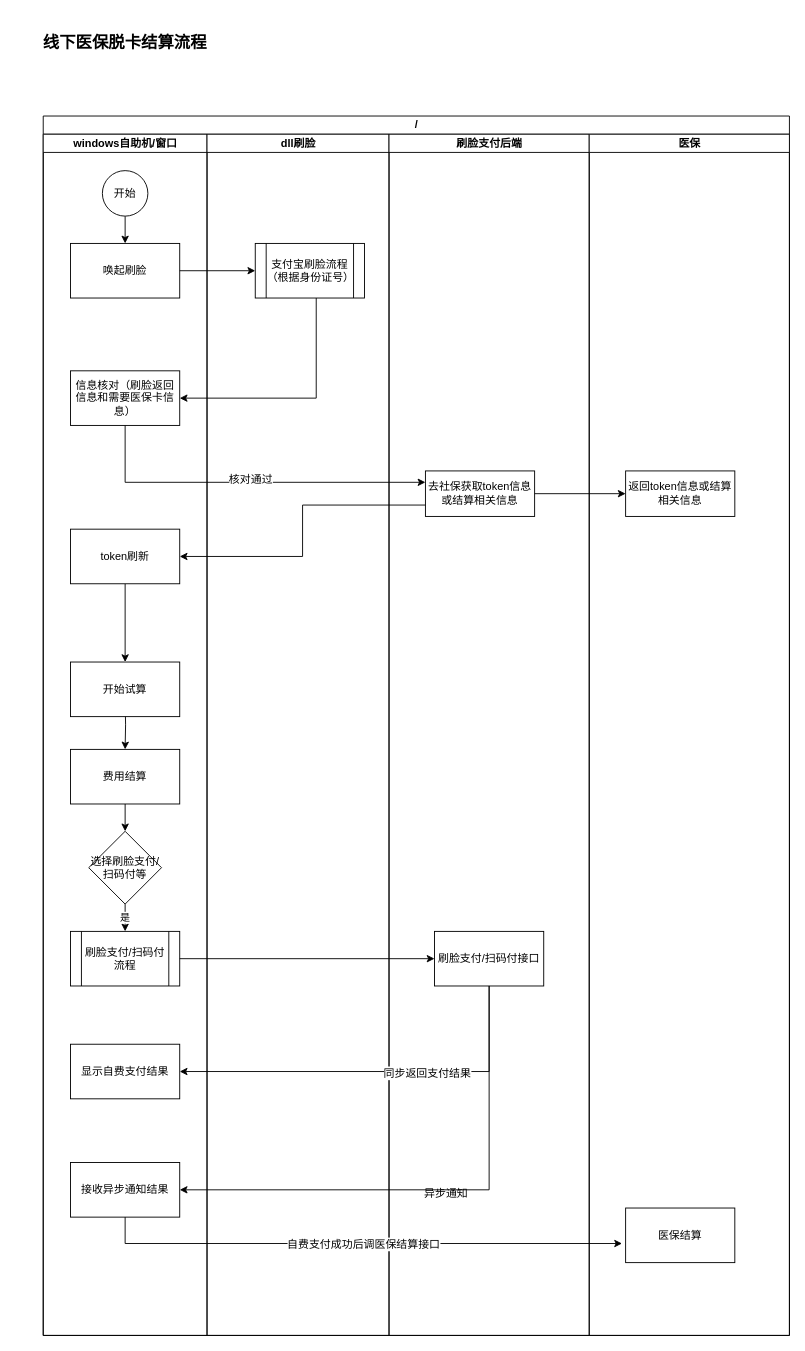
This is 线下医保脱卡结算流程.drawio from zhangwenhuad/visio, a draw.io file, before an edit. Source tidied: cells renumbered, new cells numbered last; positions are measured from the earlier drawing's top-left corner, leaving out a move shared by most shapes. Both pictures are drawn from the tidied source at 91%, with x=0, y=0 at pixel (15, 15).
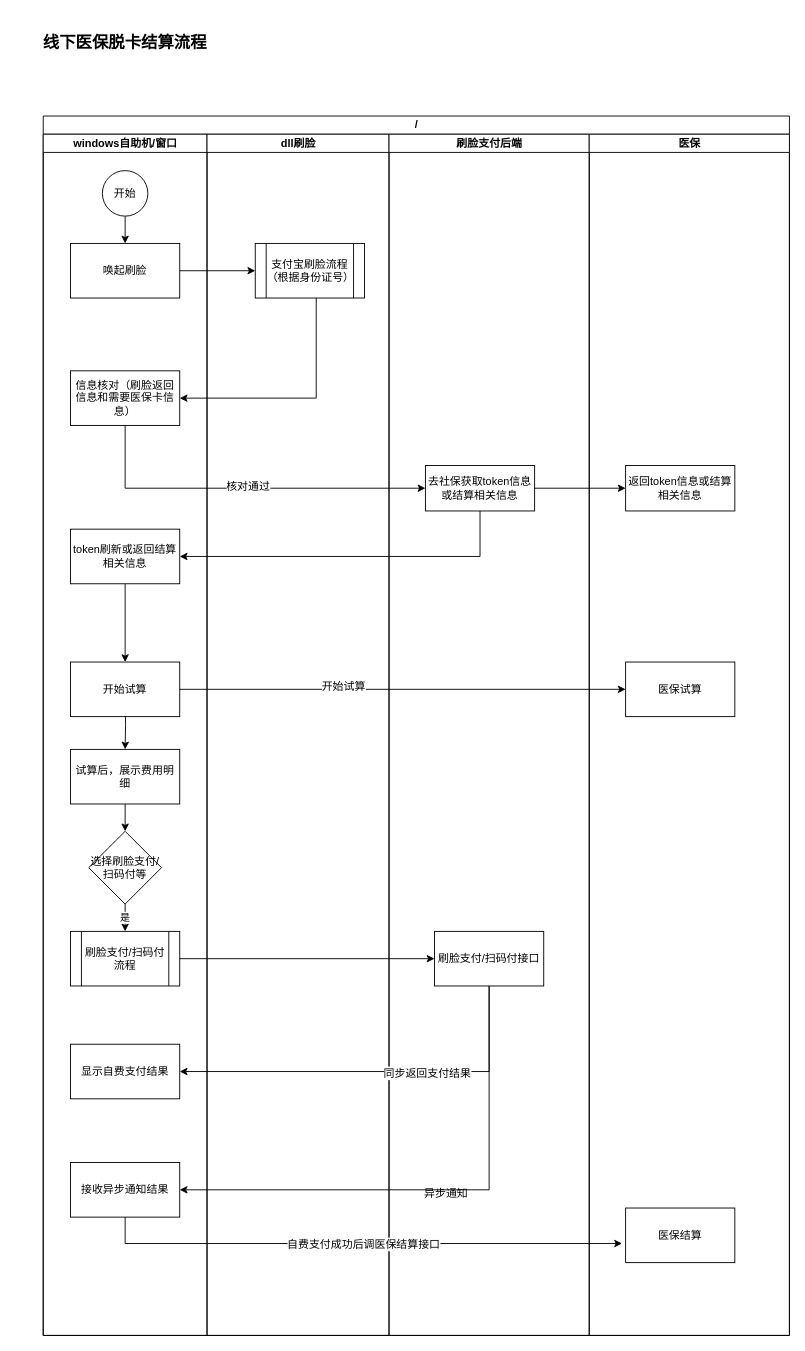
The same page after the edit.

Commit message:
更新线下医保脱卡结算流程.drawio

The change refers to these unchanged cells:
```xml
<mxCell id="3" value="/" style="swimlane;html=1;startSize=20;" parent="1" vertex="1">
  <mxGeometry x="30" y="110" width="820" height="1340" as="geometry" />
</mxCell>
<mxCell id="4" value="windows自助机/窗口" style="swimlane;html=1;startSize=20;" parent="3" vertex="1">
  <mxGeometry y="20" width="180" height="1320" as="geometry" />
</mxCell>
<mxCell id="15" value="开始试算" style="rounded=0;whiteSpace=wrap;html=1;" parent="4" vertex="1">
  <mxGeometry x="30" y="580" width="120" height="60" as="geometry" />
</mxCell>
<mxCell id="17" value="信息核对（刷脸返回信息和需要医保卡信息）" style="rounded=0;whiteSpace=wrap;html=1;" parent="4" vertex="1">
  <mxGeometry x="30" y="260" width="120" height="60" as="geometry" />
</mxCell>
<mxCell id="22" value="刷脸支付后端" style="swimlane;html=1;startSize=20;" parent="3" vertex="1">
  <mxGeometry x="380" y="20" width="220" height="1320" as="geometry" />
</mxCell>
<mxCell id="32" value="医保" style="swimlane;html=1;startSize=20;" parent="3" vertex="1">
  <mxGeometry x="600" y="20" width="220" height="1320" as="geometry" />
</mxCell>
```

Diff of the diagram source:
```diff
@@
-    <mxCell id="10" value="费用结算" style="rounded=0;whiteSpace=wrap;html=1;" parent="4" vertex="1">
+    <mxCell id="10" value="试算后，展示费用明细" style="rounded=0;whiteSpace=wrap;html=1;" parent="4" vertex="1">
       <mxGeometry x="30" y="676" width="120" height="60" as="geometry" />
     </mxCell>
@@
-    <mxCell id="19" value="token刷新" style="rounded=0;whiteSpace=wrap;html=1;" parent="4" vertex="1">
+    <mxCell id="19" value="token刷新或返回结算相关信息" style="rounded=0;whiteSpace=wrap;html=1;" parent="4" vertex="1">
       <mxGeometry x="30" y="434" width="120" height="60" as="geometry" />
     </mxCell>
@@
     <mxCell id="24" value="去社保获取token信息或结算相关信息" style="rounded=0;whiteSpace=wrap;html=1;" parent="22" vertex="1">
-      <mxGeometry x="40" y="370" width="120" height="50" as="geometry" />
+      <mxGeometry x="40" y="364" width="120" height="50" as="geometry" />
     </mxCell>
@@
     <mxCell id="33" value="返回token信息或结算相关信息" style="rounded=0;whiteSpace=wrap;html=1;" parent="32" vertex="1">
-      <mxGeometry x="40" y="370" width="120" height="50" as="geometry" />
+      <mxGeometry x="40" y="364" width="120" height="50" as="geometry" />
     </mxCell>
@@
+    <mxCell id="41" value="医保试算" style="rounded=0;whiteSpace=wrap;html=1;" parent="32" vertex="1">
+      <mxGeometry x="40" y="580" width="120" height="60" as="geometry" />
+    </mxCell>
@@
-    <mxCell id="37" style="edgeStyle=orthogonalEdgeStyle;rounded=0;jettySize=auto;html=1;exitX=0.5;exitY=1;exitDx=0;exitDy=0;entryX=0;entryY=0.25;entryDx=0;entryDy=0;" parent="3" edge="1" source="17" target="24">
-      <mxGeometry relative="1" as="geometry" />
+    <mxCell id="37" style="edgeStyle=orthogonalEdgeStyle;rounded=0;jettySize=auto;html=1;exitX=0.5;exitY=1;exitDx=0;exitDy=0;" parent="3" edge="1" source="17">
+      <mxGeometry relative="1" as="geometry">
+        <mxPoint x="420" y="409" as="targetPoint" />
+        <Array as="points">
+          <mxPoint x="90" y="409" />
+          <mxPoint x="420" y="409" />
+        </Array>
+      </mxGeometry>
     </mxCell>
@@
-    <mxCell id="39" style="edgeStyle=orthogonalEdgeStyle;rounded=0;jettySize=auto;html=1;exitX=0;exitY=0.75;exitDx=0;exitDy=0;entryX=1;entryY=0.5;entryDx=0;entryDy=0;" parent="3" edge="1" source="24" target="19">
+    <mxCell id="39" style="edgeStyle=orthogonalEdgeStyle;rounded=0;jettySize=auto;html=1;entryX=1;entryY=0.5;entryDx=0;entryDy=0;exitX=0.5;exitY=1;exitDx=0;exitDy=0;" parent="3" edge="1" source="24" target="19">
       <mxGeometry relative="1" as="geometry">
         <Array as="points">
-          <mxPoint x="285" y="428" />
-          <mxPoint x="285" y="484" />
+          <mxPoint x="480" y="484" />
         </Array>
       </mxGeometry>
     </mxCell>
+    <mxCell id="42" style="edgeStyle=orthogonalEdgeStyle;rounded=0;jettySize=auto;html=1;exitX=1;exitY=0.5;exitDx=0;exitDy=0;" parent="3" edge="1" source="15" target="41">
+      <mxGeometry relative="1" as="geometry" />
+    </mxCell>
+    <mxCell id="43" value="开始试算" style="text;html=1;align=center;verticalAlign=middle;labelBackgroundColor=#ffffff;" parent="42" vertex="1">
+      <mxGeometry x="-0.27" y="4" relative="1" as="geometry" />
+    </mxCell>
```
